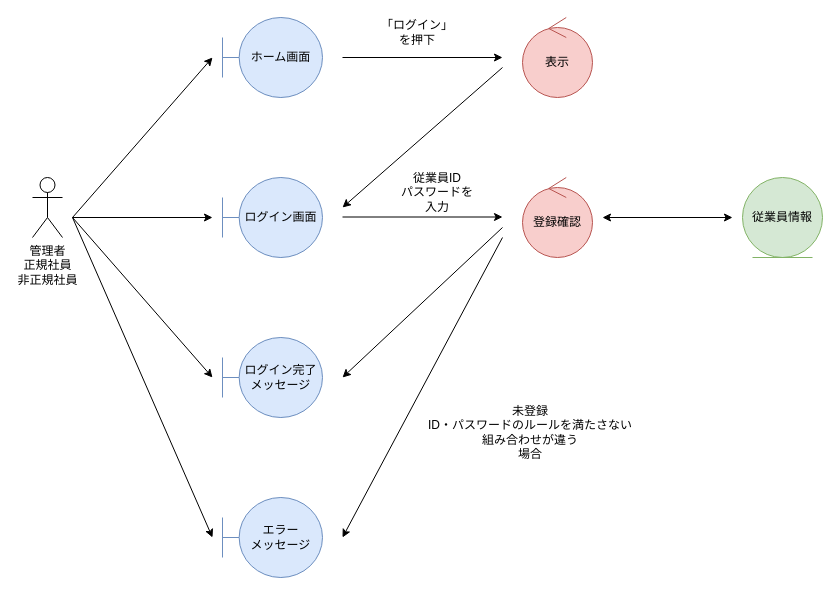
This is 各種設計書/3ロバストネス図/その他/その他.drawio from HaruShim/Sotuken, a draw.io file, before an edit. Source tidied: cells renumbered, new cells numbered last; positions are measured from the earlier drawing's top-left corner, leaving out a move shared by most shapes. Both pictures are drawn from the tidied source at 100%, with x=0, y=0 at pixel (32, 17).
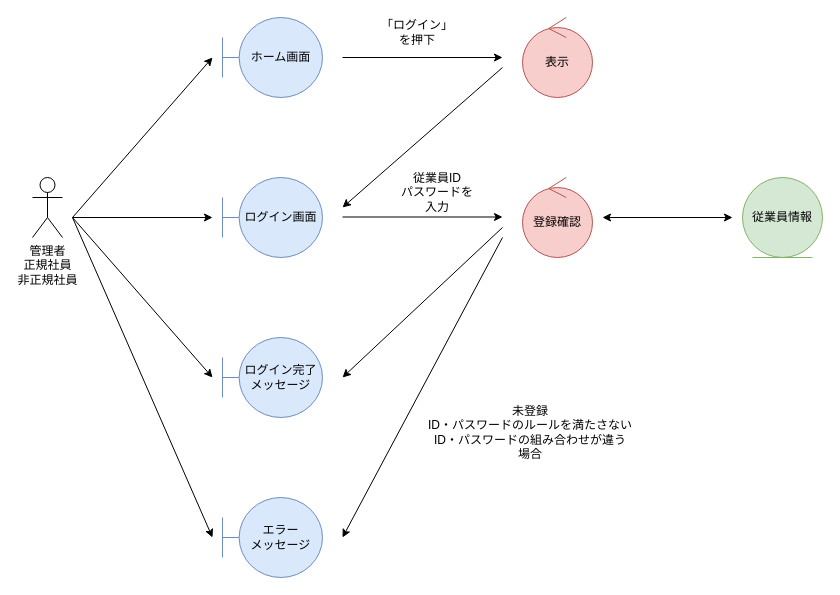
Above is the later version.

The edit, as a diff of the source:
```diff
@@
-    <mxCell id="21" value="未登録&lt;br&gt;ID・パスワードのルールを満たさない&lt;br&gt;組み合わせが違う&lt;br&gt;場合" style="text;html=1;strokeColor=none;fillColor=none;align=center;verticalAlign=middle;whiteSpace=wrap;rounded=0;" parent="1" vertex="1">
+    <mxCell id="21" value="未登録&lt;br&gt;ID・パスワードのルールを満たさない&lt;br&gt;ID・パスワードの組み合わせが違う&lt;br&gt;場合" style="text;html=1;strokeColor=none;fillColor=none;align=center;verticalAlign=middle;whiteSpace=wrap;rounded=0;" parent="1" vertex="1">
       <mxGeometry x="380" y="400" width="236" height="30" as="geometry" />
     </mxCell>
```
